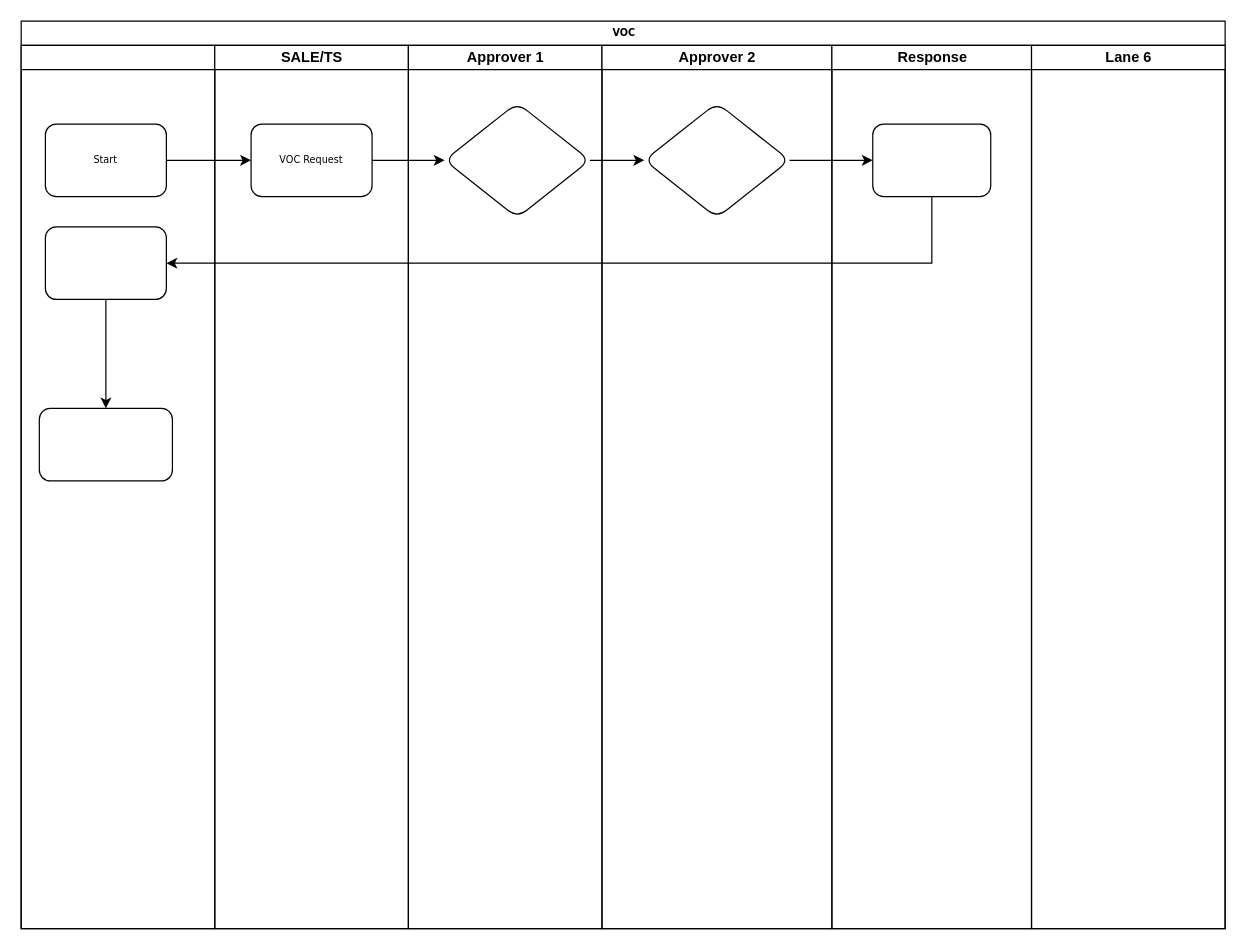
krishanathep/my-flowchart keeps this draw.io diagram as VOC_Flowdiagram.drawio. Above is the earlier version. Source tidied: cells renumbered, new cells numbered last; positions are measured from the earlier drawing's top-left corner, leaving out a move shared by most shapes. Both pictures are drawn from the tidied source at 121%, with x=0, y=0 at pixel (21, 21).
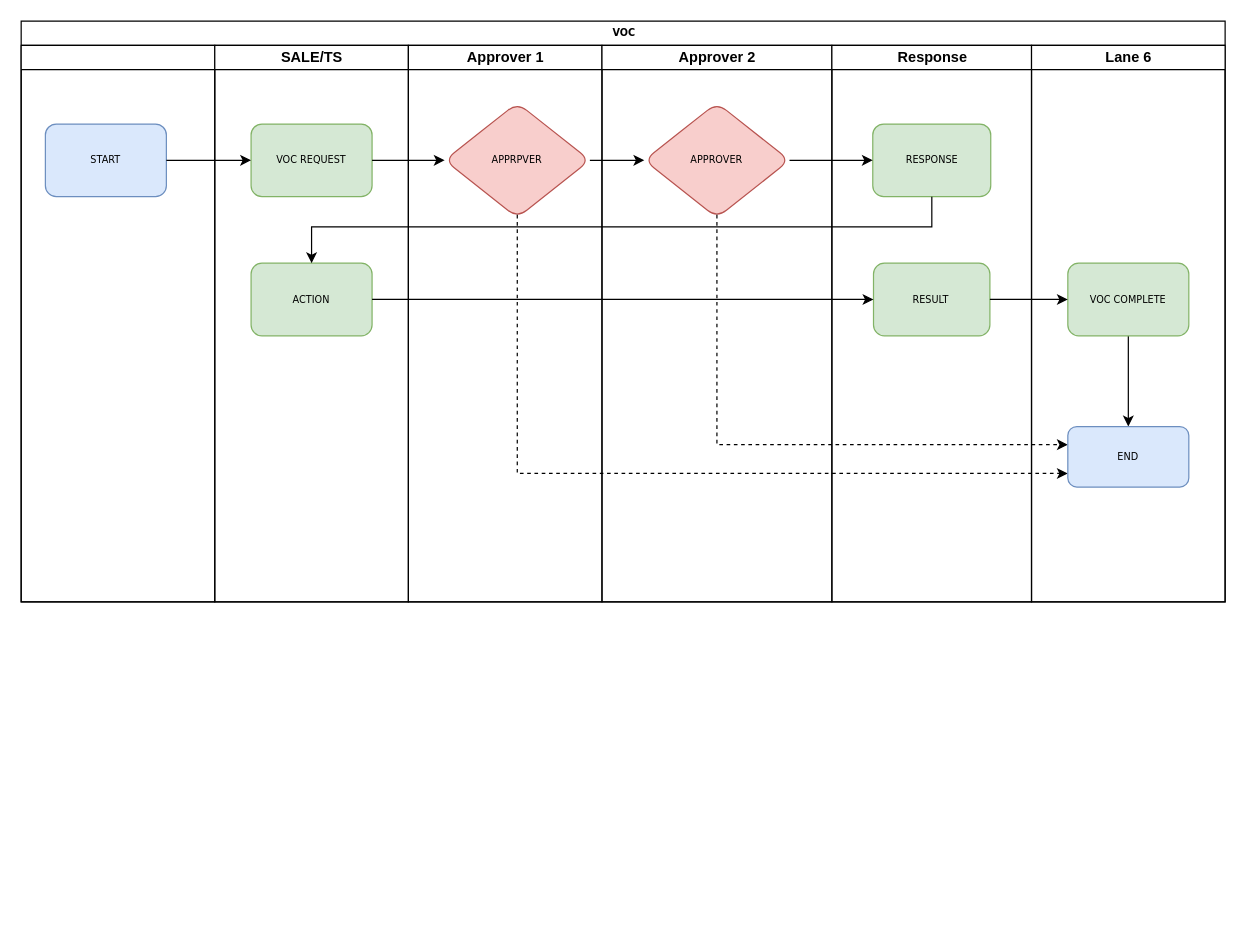
Above is the later version.

The edit, as a diff of the source:
```diff
@@
     <mxCell id="2" value="VOC" style="swimlane;html=1;startSize=20;rounded=0;shadow=0;labelBackgroundColor=none;strokeWidth=1;fontFamily=Verdana;fontSize=8;align=center;" parent="1" vertex="1">
-      <mxGeometry width="995" height="750" as="geometry" />
+      <mxGeometry width="995" height="480" as="geometry" />
     </mxCell>
     <mxCell id="3" style="swimlane;html=1;startSize=20;" parent="2" vertex="1">
-      <mxGeometry y="20" width="160" height="730" as="geometry" />
+      <mxGeometry y="20" width="160" height="460" as="geometry" />
     </mxCell>
-    <mxCell id="4" value="Start" style="rounded=1;whiteSpace=wrap;html=1;shadow=0;labelBackgroundColor=none;strokeWidth=1;fontFamily=Verdana;fontSize=8;align=center;" parent="3" vertex="1">
+    <mxCell id="4" value="START" style="rounded=1;whiteSpace=wrap;html=1;shadow=0;labelBackgroundColor=none;strokeWidth=1;fontFamily=Verdana;fontSize=8;align=center;fillColor=#dae8fc;strokeColor=#6c8ebf;" parent="3" vertex="1">
       <mxGeometry x="20" y="65" width="100" height="60" as="geometry" />
     </mxCell>
-    <mxCell id="5" style="edgeStyle=orthogonalEdgeStyle;rounded=0;jettySize=auto;html=1;" parent="3" edge="1" source="6" target="7">
-      <mxGeometry relative="1" as="geometry" />
-    </mxCell>
-    <mxCell id="6" style="whiteSpace=wrap;html=1;fontSize=8;fontFamily=Verdana;rounded=1;shadow=0;labelBackgroundColor=none;strokeWidth=1;" parent="3" vertex="1">
-      <mxGeometry x="20" y="150" width="100" height="60" as="geometry" />
-    </mxCell>
-    <mxCell id="7" style="whiteSpace=wrap;html=1;fontSize=8;fontFamily=Verdana;rounded=1;shadow=0;labelBackgroundColor=none;strokeWidth=1;" parent="3" vertex="1">
-      <mxGeometry x="15" y="300" width="110" height="60" as="geometry" />
-    </mxCell>
     <mxCell id="8" value="SALE/TS" style="swimlane;html=1;startSize=20;" parent="2" vertex="1">
-      <mxGeometry x="160" y="20" width="160" height="730" as="geometry" />
+      <mxGeometry x="160" y="20" width="160" height="460" as="geometry" />
     </mxCell>
-    <mxCell id="9" value="VOC Request" style="rounded=1;whiteSpace=wrap;html=1;shadow=0;labelBackgroundColor=none;strokeWidth=1;fontFamily=Verdana;fontSize=8;align=center;" parent="8" vertex="1">
+    <mxCell id="9" value="VOC REQUEST" style="rounded=1;whiteSpace=wrap;html=1;shadow=0;labelBackgroundColor=none;strokeWidth=1;fontFamily=Verdana;fontSize=8;align=center;fillColor=#d5e8d4;strokeColor=#82b366;" parent="8" vertex="1">
       <mxGeometry x="30" y="65" width="100" height="60" as="geometry" />
     </mxCell>
+    <mxCell id="6" value="ACTION" style="whiteSpace=wrap;html=1;fontSize=8;fontFamily=Verdana;rounded=1;shadow=0;labelBackgroundColor=none;strokeWidth=1;fillColor=#d5e8d4;strokeColor=#82b366;" parent="8" vertex="1">
+      <mxGeometry x="30" y="180" width="100" height="60" as="geometry" />
+    </mxCell>
     <mxCell id="10" value="Approver 1" style="swimlane;html=1;startSize=20;" parent="2" vertex="1">
-      <mxGeometry x="320" y="20" width="160" height="730" as="geometry" />
+      <mxGeometry x="320" y="20" width="160" height="460" as="geometry" />
     </mxCell>
-    <mxCell id="11" style="rhombus;whiteSpace=wrap;html=1;fontSize=8;fontFamily=Verdana;rounded=1;shadow=0;labelBackgroundColor=none;strokeWidth=1;" parent="10" vertex="1">
+    <mxCell id="11" value="APPRPVER" style="rhombus;whiteSpace=wrap;html=1;fontSize=8;fontFamily=Verdana;rounded=1;shadow=0;labelBackgroundColor=none;strokeWidth=1;fillColor=#f8cecc;strokeColor=#b85450;" parent="10" vertex="1">
       <mxGeometry x="30" y="47.5" width="120" height="95" as="geometry" />
     </mxCell>
     <mxCell id="12" value="Approver 2" style="swimlane;html=1;startSize=20;" parent="2" vertex="1">
-      <mxGeometry x="480" y="20" width="190" height="730" as="geometry" />
+      <mxGeometry x="480" y="20" width="190" height="460" as="geometry" />
     </mxCell>
-    <mxCell id="13" style="rhombus;whiteSpace=wrap;html=1;fontSize=8;fontFamily=Verdana;rounded=1;shadow=0;labelBackgroundColor=none;strokeWidth=1;" parent="12" vertex="1">
+    <mxCell id="13" value="APPROVER" style="rhombus;whiteSpace=wrap;html=1;fontSize=8;fontFamily=Verdana;rounded=1;shadow=0;labelBackgroundColor=none;strokeWidth=1;fillColor=#f8cecc;strokeColor=#b85450;" parent="12" vertex="1">
       <mxGeometry x="35" y="47.5" width="120" height="95" as="geometry" />
     </mxCell>
     <mxCell id="14" value="Response" style="swimlane;html=1;startSize=20;" parent="2" vertex="1">
-      <mxGeometry x="670" y="20" width="165" height="730" as="geometry" />
+      <mxGeometry x="670" y="20" width="165" height="460" as="geometry" />
     </mxCell>
-    <mxCell id="15" style="whiteSpace=wrap;html=1;fontSize=8;fontFamily=Verdana;rounded=1;shadow=0;labelBackgroundColor=none;strokeWidth=1;" parent="14" vertex="1">
+    <mxCell id="15" value="RESPONSE" style="whiteSpace=wrap;html=1;fontSize=8;fontFamily=Verdana;rounded=1;shadow=0;labelBackgroundColor=none;strokeWidth=1;fillColor=#d5e8d4;strokeColor=#82b366;" parent="14" vertex="1">
       <mxGeometry x="33.8" y="65" width="97.5" height="60" as="geometry" />
     </mxCell>
+    <mxCell id="7" value="RESULT" style="whiteSpace=wrap;html=1;fontSize=8;fontFamily=Verdana;rounded=1;shadow=0;labelBackgroundColor=none;strokeWidth=1;fillColor=#d5e8d4;strokeColor=#82b366;" parent="14" vertex="1">
+      <mxGeometry x="34.4" y="180" width="96.2" height="60" as="geometry" />
+    </mxCell>
+    <mxCell id="22" style="edgeStyle=orthogonalEdgeStyle;rounded=0;orthogonalLoop=1;jettySize=auto;html=1;entryX=0;entryY=0.5;entryDx=0;entryDy=0;dashed=1;" parent="14" edge="1">
+      <mxGeometry relative="1" as="geometry">
+        <mxPoint x="-260" y="140" as="sourcePoint" />
+        <mxPoint x="195" y="353.8" as="targetPoint" />
+        <Array as="points">
+          <mxPoint x="-260" y="353.8" />
+        </Array>
+      </mxGeometry>
+    </mxCell>
+    <mxCell id="23" style="edgeStyle=orthogonalEdgeStyle;rounded=0;orthogonalLoop=1;jettySize=auto;html=1;entryX=0;entryY=0.5;entryDx=0;entryDy=0;dashed=1;" parent="14" edge="1">
+      <mxGeometry relative="1" as="geometry">
+        <mxPoint x="-95" y="140" as="sourcePoint" />
+        <mxPoint x="195" y="330" as="targetPoint" />
+        <Array as="points">
+          <mxPoint x="-95" y="330.5" />
+        </Array>
+      </mxGeometry>
+    </mxCell>
     <mxCell id="16" value="Lane 6" style="swimlane;html=1;startSize=20;" parent="2" vertex="1">
-      <mxGeometry x="835" y="20" width="160" height="730" as="geometry" />
+      <mxGeometry x="835" y="20" width="160" height="460" as="geometry" />
     </mxCell>
+    <mxCell id="24" style="edgeStyle=orthogonalEdgeStyle;rounded=0;jettySize=auto;html=1;" parent="16" edge="1" source="25" target="26">
+      <mxGeometry relative="1" as="geometry" />
+    </mxCell>
+    <mxCell id="25" value="VOC COMPLETE" style="whiteSpace=wrap;html=1;fontSize=8;fontFamily=Verdana;rounded=1;shadow=0;labelBackgroundColor=none;strokeWidth=1;fillColor=#d5e8d4;strokeColor=#82b366;" parent="16" vertex="1">
+      <mxGeometry x="30" y="180" width="100" height="60" as="geometry" />
+    </mxCell>
+    <mxCell id="26" value="END" style="whiteSpace=wrap;html=1;fontSize=8;fontFamily=Verdana;rounded=1;shadow=0;labelBackgroundColor=none;strokeWidth=1;fillColor=#dae8fc;strokeColor=#6c8ebf;" parent="16" vertex="1">
+      <mxGeometry x="30" y="315" width="100" height="50" as="geometry" />
+    </mxCell>
@@
     <mxCell id="21" style="edgeStyle=orthogonalEdgeStyle;rounded=0;jettySize=auto;html=1;" parent="2" edge="1" source="15" target="6">
       <mxGeometry relative="1" as="geometry">
         <Array as="points">
-          <mxPoint x="753" y="200" />
+          <mxPoint x="753" y="170" />
+          <mxPoint x="240" y="170" />
         </Array>
       </mxGeometry>
     </mxCell>
+    <mxCell id="27" style="edgeStyle=orthogonalEdgeStyle;rounded=0;jettySize=auto;html=1;" parent="2" edge="1" source="7" target="25">
+      <mxGeometry relative="1" as="geometry" />
+    </mxCell>
+    <mxCell id="5" style="edgeStyle=orthogonalEdgeStyle;rounded=0;jettySize=auto;html=1;entryX=0;entryY=0.5;entryDx=0;entryDy=0;" parent="2" edge="1" source="6" target="7">
+      <mxGeometry relative="1" as="geometry" />
+    </mxCell>
```
